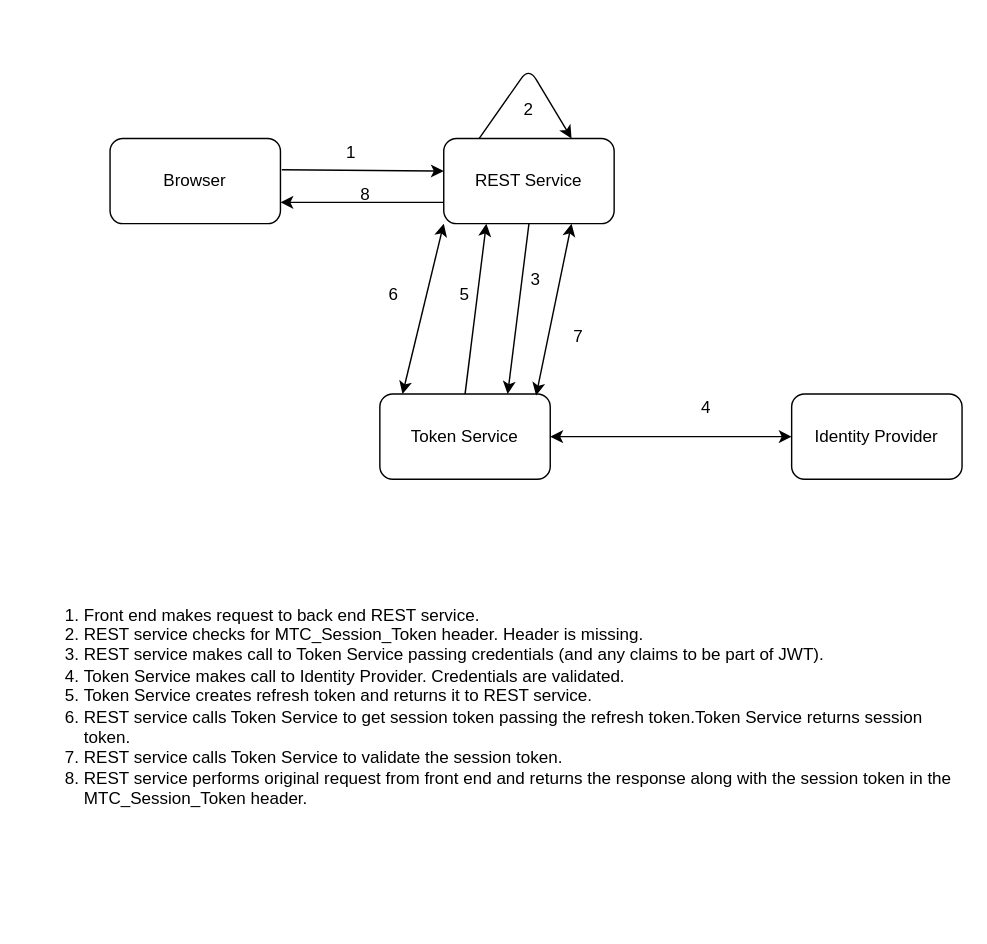
Above: page "Page-1" (1 of 4) of SessionTokenFlow.drawio in bbarrington42/token-service-flows (draw.io), before the change. Source tidied: cells renumbered, new cells numbered last; positions are measured from the earlier drawing's top-left corner, leaving out a move shared by most shapes. Both pictures are drawn from the tidied source at 142%, with x=0, y=0 at pixel (24, 67).
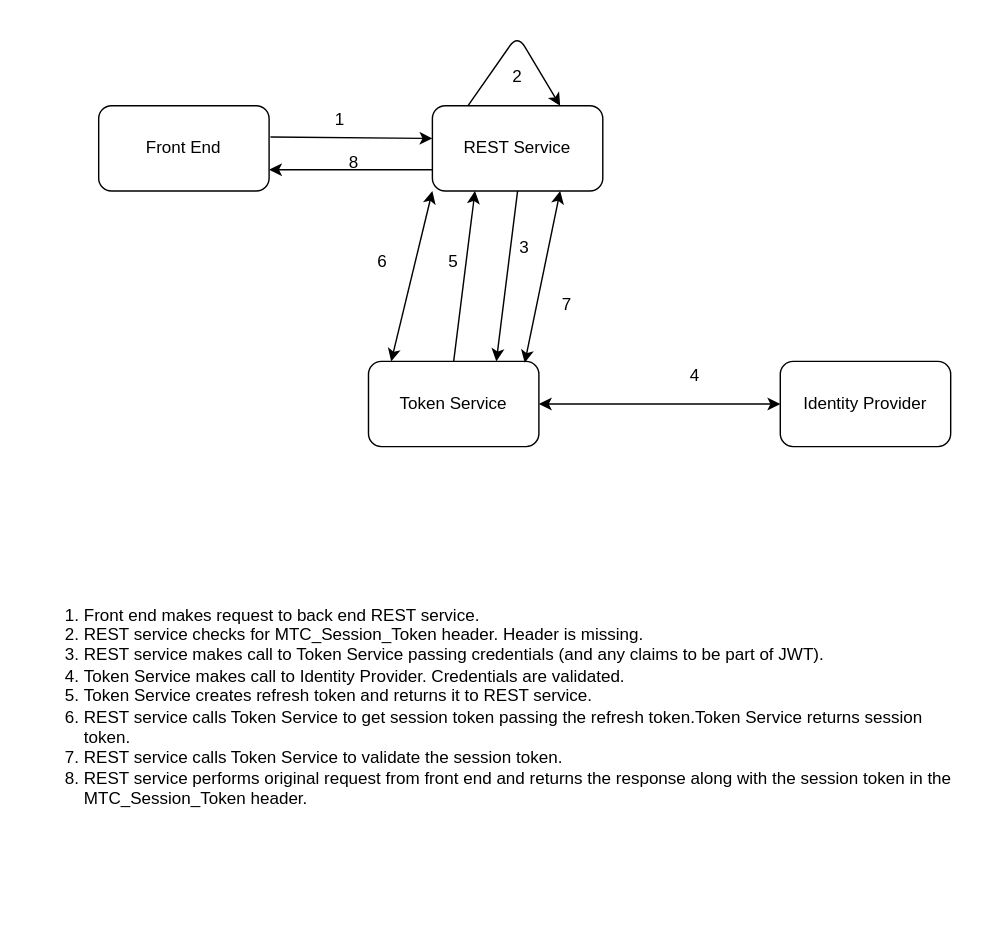
The same page after the edit.

Commit message (it also covers changes not shown here):
Added refresh & session token

Diff of the diagram source:
```diff
@@
+    <mxCell id="7" value="&lt;ol&gt;&lt;li&gt;Front end makes request to back end REST service.&lt;/li&gt;&lt;li&gt;REST service checks for MTC_Session_Token header. Header is missing.&lt;/li&gt;&lt;li&gt;REST service makes call to Token Service passing credentials (and any claims to be part of JWT).&lt;/li&gt;&lt;li&gt;Token Service makes call to Identity Provider. Credentials are validated.&lt;/li&gt;&lt;li&gt;Token Service creates refresh token and returns it to REST service.&lt;/li&gt;&lt;li&gt;REST service calls Token Service to get session token passing the refresh token.Token Service returns session token.&lt;/li&gt;&lt;li&gt;REST service calls Token Service to validate the session token.&lt;/li&gt;&lt;li&gt;REST service performs original request from front end and returns the response along with the session token in the MTC_Session_Token header.&amp;nbsp;&lt;/li&gt;&lt;/ol&gt;" style="text;strokeColor=none;fillColor=none;html=1;whiteSpace=wrap;verticalAlign=middle;overflow=hidden;" parent="1" vertex="1">
+      <mxGeometry y="300" width="660" height="300" as="geometry" />
+    </mxCell>
+    <mxCell id="29" style="group;" parent="1" vertex="1">
+      <mxGeometry x="52" y="-23" width="600" height="290" as="geometry" />
+    </mxCell>
-    <mxCell id="2" value="Browser" style="rounded=1;whiteSpace=wrap;html=1;" parent="1" vertex="1">
-      <mxGeometry x="60" y="50" width="120" height="60" as="geometry" />
+    <mxCell id="2" value="Front End" style="rounded=1;whiteSpace=wrap;html=1;" parent="29" vertex="1">
+      <mxGeometry y="50" width="120" height="60" as="geometry" />
     </mxCell>
-    <mxCell id="3" value="REST Service" style="rounded=1;whiteSpace=wrap;html=1;" parent="1" vertex="1">
-      <mxGeometry x="295" y="50" width="120" height="60" as="geometry" />
+    <mxCell id="3" value="REST Service" style="rounded=1;whiteSpace=wrap;html=1;" parent="29" vertex="1">
+      <mxGeometry x="235" y="50" width="120" height="60" as="geometry" />
     </mxCell>
-    <mxCell id="4" value="Token Service" style="rounded=1;whiteSpace=wrap;html=1;" parent="1" vertex="1">
-      <mxGeometry x="250" y="230" width="120" height="60" as="geometry" />
+    <mxCell id="4" value="Token Service" style="rounded=1;whiteSpace=wrap;html=1;" parent="29" vertex="1">
+      <mxGeometry x="190" y="230" width="120" height="60" as="geometry" />
     </mxCell>
-    <mxCell id="5" value="Identity Provider" style="rounded=1;whiteSpace=wrap;html=1;" parent="1" vertex="1">
-      <mxGeometry x="540" y="230" width="120" height="60" as="geometry" />
+    <mxCell id="5" value="Identity Provider" style="rounded=1;whiteSpace=wrap;html=1;" parent="29" vertex="1">
+      <mxGeometry x="480" y="230" width="120" height="60" as="geometry" />
     </mxCell>
-    <mxCell id="6" style="endArrow=classic;html=1;entryX=0;entryY=0.383;entryDx=0;entryDy=0;entryPerimeter=0;exitX=1.008;exitY=0.367;exitDx=0;exitDy=0;exitPerimeter=0;" parent="1" edge="1" source="2" target="3">
+    <mxCell id="6" style="endArrow=classic;html=1;entryX=0;entryY=0.383;entryDx=0;entryDy=0;entryPerimeter=0;exitX=1.008;exitY=0.367;exitDx=0;exitDy=0;exitPerimeter=0;" parent="29" edge="1" source="2" target="3">
       <mxGeometry relative="1" as="geometry" />
     </mxCell>
-    <mxCell id="7" value="&lt;ol&gt;&lt;li&gt;Front end makes request to back end REST service.&lt;/li&gt;&lt;li&gt;REST service checks for MTC_Session_Token header. Header is missing.&lt;/li&gt;&lt;li&gt;REST service makes call to Token Service passing credentials (and any claims to be part of JWT).&lt;/li&gt;&lt;li&gt;Token Service makes call to Identity Provider. Credentials are validated.&lt;/li&gt;&lt;li&gt;Token Service creates refresh token and returns it to REST service.&lt;/li&gt;&lt;li&gt;REST service calls Token Service to get session token passing the refresh token.Token Service returns session token.&lt;/li&gt;&lt;li&gt;REST service calls Token Service to validate the session token.&lt;/li&gt;&lt;li&gt;REST service performs original request from front end and returns the response along with the session token in the MTC_Session_Token header.&amp;nbsp;&lt;/li&gt;&lt;/ol&gt;" style="text;strokeColor=none;fillColor=none;html=1;whiteSpace=wrap;verticalAlign=middle;overflow=hidden;" parent="1" vertex="1">
-      <mxGeometry y="300" width="660" height="300" as="geometry" />
-    </mxCell>
-    <mxCell id="8" value="1" style="text;html=1;strokeColor=none;fillColor=none;align=center;verticalAlign=middle;whiteSpace=wrap;rounded=0;" parent="1" vertex="1">
-      <mxGeometry x="210" y="50" width="40" height="20" as="geometry" />
+    <mxCell id="8" value="1" style="text;html=1;strokeColor=none;fillColor=none;align=center;verticalAlign=middle;whiteSpace=wrap;rounded=0;" parent="29" vertex="1">
+      <mxGeometry x="150" y="50" width="40" height="20" as="geometry" />
     </mxCell>
-    <mxCell id="9" style="endArrow=classic;html=1;entryX=0.75;entryY=0;entryDx=0;entryDy=0;" parent="1" edge="1" target="3">
+    <mxCell id="9" style="endArrow=classic;html=1;entryX=0.75;entryY=0;entryDx=0;entryDy=0;" parent="29" edge="1" target="3">
       <mxGeometry relative="1" as="geometry">
-        <mxPoint x="320" y="50" as="sourcePoint" />
+        <mxPoint x="260" y="50" as="sourcePoint" />
         <Array as="points">
-          <mxPoint x="355" />
+          <mxPoint x="295" />
         </Array>
       </mxGeometry>
     </mxCell>
-    <mxCell id="10" value="2" style="text;html=1;strokeColor=none;fillColor=none;align=center;verticalAlign=middle;whiteSpace=wrap;rounded=0;" parent="1" vertex="1">
-      <mxGeometry x="335" y="20" width="40" height="20" as="geometry" />
+    <mxCell id="10" value="2" style="text;html=1;strokeColor=none;fillColor=none;align=center;verticalAlign=middle;whiteSpace=wrap;rounded=0;" parent="29" vertex="1">
+      <mxGeometry x="275" y="20" width="40" height="20" as="geometry" />
     </mxCell>
-    <mxCell id="11" style="group;" parent="1" vertex="1">
-      <mxGeometry x="340" y="140" width="40" height="20" as="geometry" />
+    <mxCell id="11" style="group;" parent="29" vertex="1">
+      <mxGeometry x="280" y="140" width="40" height="20" as="geometry" />
     </mxCell>
-    <mxCell id="12" style="endArrow=classic;html=1;exitX=0.5;exitY=1;exitDx=0;exitDy=0;entryX=0.75;entryY=0;entryDx=0;entryDy=0;" parent="11" edge="1" source="3" target="4">
-      <mxGeometry relative="1" as="geometry" />
-    </mxCell>
@@
-    <mxCell id="14" style="group;" parent="1" vertex="1">
-      <mxGeometry x="460" y="230" width="40" height="20" as="geometry" />
+    <mxCell id="14" style="group;" parent="29" vertex="1">
+      <mxGeometry x="400" y="230" width="40" height="20" as="geometry" />
     </mxCell>
@@
-    <mxCell id="16" style="group;" parent="1" vertex="1">
-      <mxGeometry x="290" y="150" width="40" height="20" as="geometry" />
+    <mxCell id="16" style="group;" parent="29" vertex="1">
+      <mxGeometry x="230" y="150" width="40" height="20" as="geometry" />
     </mxCell>
-    <mxCell id="17" style="endArrow=classic;html=1;exitX=0.5;exitY=0;exitDx=0;exitDy=0;entryX=0.25;entryY=1;entryDx=0;entryDy=0;" parent="16" edge="1" source="4" target="3">
-      <mxGeometry relative="1" as="geometry" />
-    </mxCell>
@@
-    <mxCell id="19" style="group;" parent="1" vertex="1">
-      <mxGeometry x="369" y="180" width="41" height="50" as="geometry" />
+    <mxCell id="19" style="group;" parent="29" vertex="1">
+      <mxGeometry x="309" y="180" width="41" height="50" as="geometry" />
     </mxCell>
@@
-    <mxCell id="22" style="endArrow=classic;startArrow=classic;html=1;exitX=0.917;exitY=0.017;exitDx=0;exitDy=0;exitPerimeter=0;entryX=0.75;entryY=1;entryDx=0;entryDy=0;" parent="1" edge="1" source="4" target="3">
+    <mxCell id="22" style="endArrow=classic;startArrow=classic;html=1;exitX=0.917;exitY=0.017;exitDx=0;exitDy=0;exitPerimeter=0;entryX=0.75;entryY=1;entryDx=0;entryDy=0;" parent="29" edge="1" source="4" target="3">
       <mxGeometry relative="1" as="geometry" />
     </mxCell>
-    <mxCell id="23" style="endArrow=classic;startArrow=classic;html=1;entryX=0;entryY=0.5;entryDx=0;entryDy=0;exitX=1;exitY=0.5;exitDx=0;exitDy=0;" parent="1" edge="1" source="4" target="5">
+    <mxCell id="23" style="endArrow=classic;startArrow=classic;html=1;entryX=0;entryY=0.5;entryDx=0;entryDy=0;exitX=1;exitY=0.5;exitDx=0;exitDy=0;" parent="29" edge="1" source="4" target="5">
       <mxGeometry relative="1" as="geometry" />
     </mxCell>
-    <mxCell id="24" style="group;" parent="1" vertex="1">
-      <mxGeometry x="240" y="150" width="40" height="20" as="geometry" />
+    <mxCell id="24" style="group;" parent="29" vertex="1">
+      <mxGeometry x="180" y="150" width="40" height="20" as="geometry" />
     </mxCell>
-    <mxCell id="25" style="endArrow=classic;startArrow=classic;html=1;entryX=0;entryY=1;entryDx=0;entryDy=0;exitX=0.133;exitY=0;exitDx=0;exitDy=0;exitPerimeter=0;" parent="24" edge="1" source="4" target="3">
-      <mxGeometry relative="1" as="geometry" />
-    </mxCell>
@@
-    <mxCell id="27" style="endArrow=classic;html=1;entryX=1;entryY=0.75;entryDx=0;entryDy=0;exitX=0;exitY=0.75;exitDx=0;exitDy=0;" parent="1" edge="1" source="3" target="2">
+    <mxCell id="27" style="endArrow=classic;html=1;entryX=1;entryY=0.75;entryDx=0;entryDy=0;exitX=0;exitY=0.75;exitDx=0;exitDy=0;" parent="29" edge="1" source="3" target="2">
       <mxGeometry relative="1" as="geometry" />
     </mxCell>
-    <mxCell id="28" value="8" style="text;html=1;strokeColor=none;fillColor=none;align=center;verticalAlign=middle;whiteSpace=wrap;rounded=0;" parent="1" vertex="1">
-      <mxGeometry x="220" y="80" width="40" height="20" as="geometry" />
+    <mxCell id="28" value="8" style="text;html=1;strokeColor=none;fillColor=none;align=center;verticalAlign=middle;whiteSpace=wrap;rounded=0;" parent="29" vertex="1">
+      <mxGeometry x="160" y="80" width="40" height="20" as="geometry" />
     </mxCell>
+    <mxCell id="12" style="endArrow=classic;html=1;exitX=0.5;exitY=1;exitDx=0;exitDy=0;entryX=0.75;entryY=0;entryDx=0;entryDy=0;" parent="29" edge="1" source="3" target="4">
+      <mxGeometry relative="1" as="geometry" />
+    </mxCell>
+    <mxCell id="17" style="endArrow=classic;html=1;exitX=0.5;exitY=0;exitDx=0;exitDy=0;entryX=0.25;entryY=1;entryDx=0;entryDy=0;" parent="29" edge="1" source="4" target="3">
+      <mxGeometry relative="1" as="geometry" />
+    </mxCell>
+    <mxCell id="25" style="endArrow=classic;startArrow=classic;html=1;entryX=0;entryY=1;entryDx=0;entryDy=0;exitX=0.133;exitY=0;exitDx=0;exitDy=0;exitPerimeter=0;" parent="29" edge="1" source="4" target="3">
+      <mxGeometry relative="1" as="geometry" />
+    </mxCell>
```
